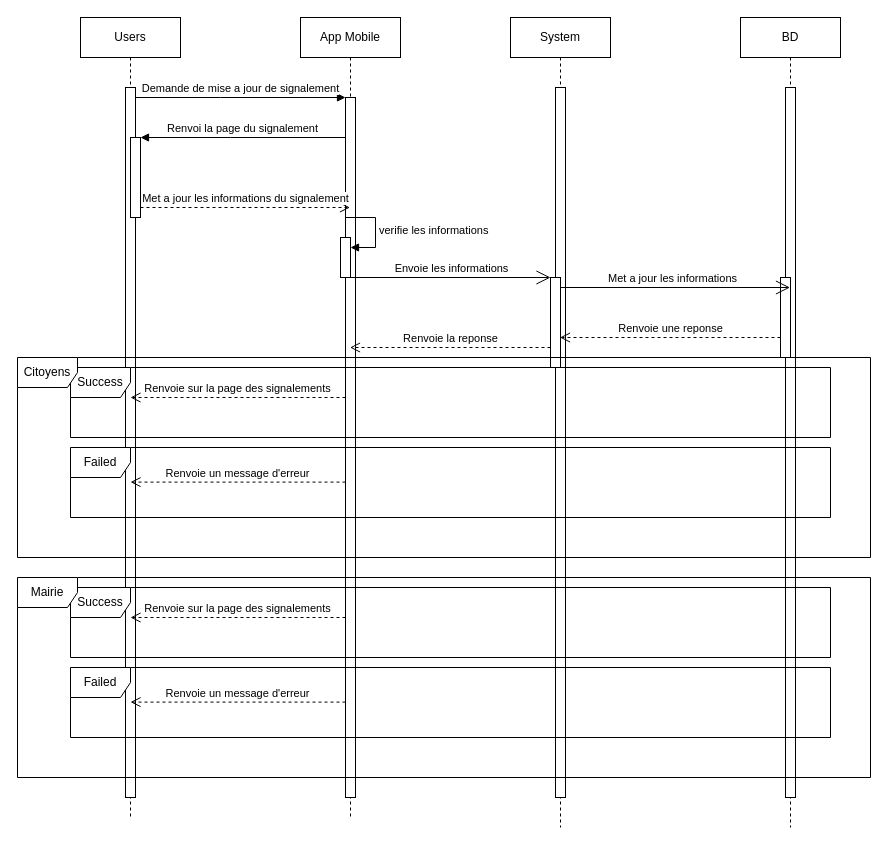
This is diagrams/SmartCItie_Diagramme_Sequence_Update_Signalement.drawio from VYoungui/SmartCite, a draw.io file, before an edit. Source tidied: cells renumbered, new cells numbered last; positions are measured from the earlier drawing's top-left corner, leaving out a move shared by most shapes. Both pictures are drawn from the tidied source at 100%, with x=0, y=0 at pixel (17, 17).
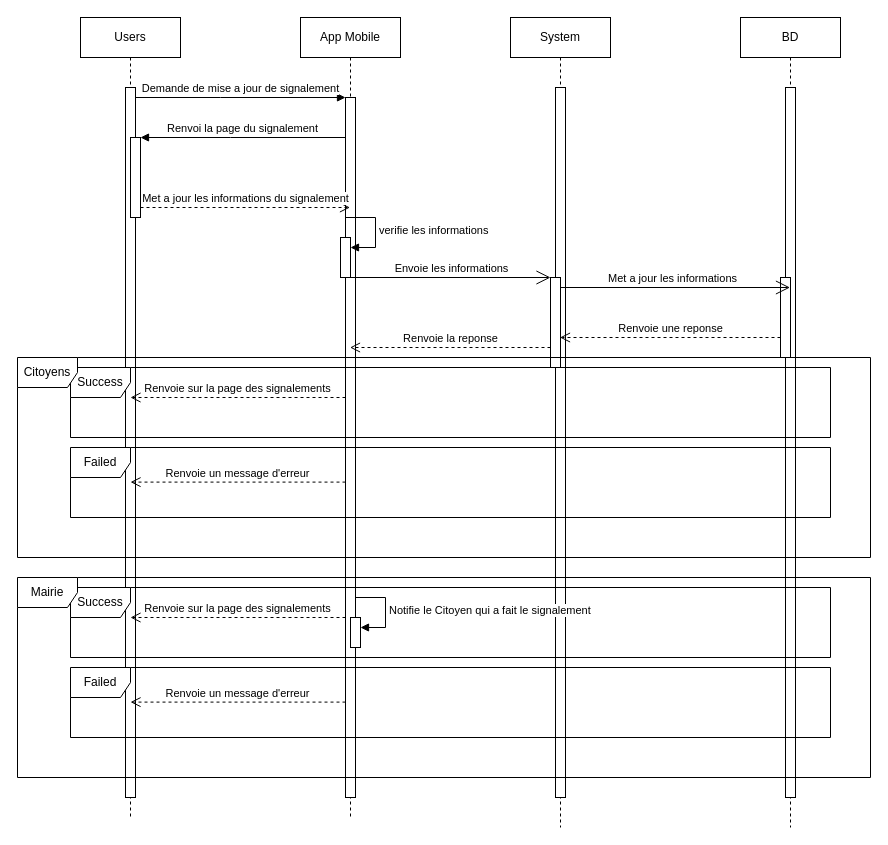
Above is the later version.

Commit message:
Mettre à jour SmartCItie_Diagramme_Sequence_Update_Signalement.drawio

The edit, as a diff of the source:
```diff
@@
+    <mxCell id="34" style="html=1;points=[[0,0,0,0,5],[0,1,0,0,-5],[1,0,0,0,5],[1,1,0,0,-5]];perimeter=orthogonalPerimeter;outlineConnect=0;targetShapes=umlLifeline;portConstraint=eastwest;newEdgeStyle={&quot;curved&quot;:0,&quot;rounded&quot;:0};" parent="1" vertex="1">
+      <mxGeometry x="333" y="600" width="10" height="30" as="geometry" />
+    </mxCell>
+    <mxCell id="35" value="Notifie le Citoyen qui a fait le signalement" style="html=1;align=left;spacingLeft=2;endArrow=block;rounded=0;edgeStyle=orthogonalEdgeStyle;curved=0;rounded=0;" parent="1" edge="1" target="34">
+      <mxGeometry relative="1" as="geometry">
+        <mxPoint x="338" y="580" as="sourcePoint" />
+        <Array as="points">
+          <mxPoint x="368" y="610" />
+        </Array>
+      </mxGeometry>
+    </mxCell>
```
